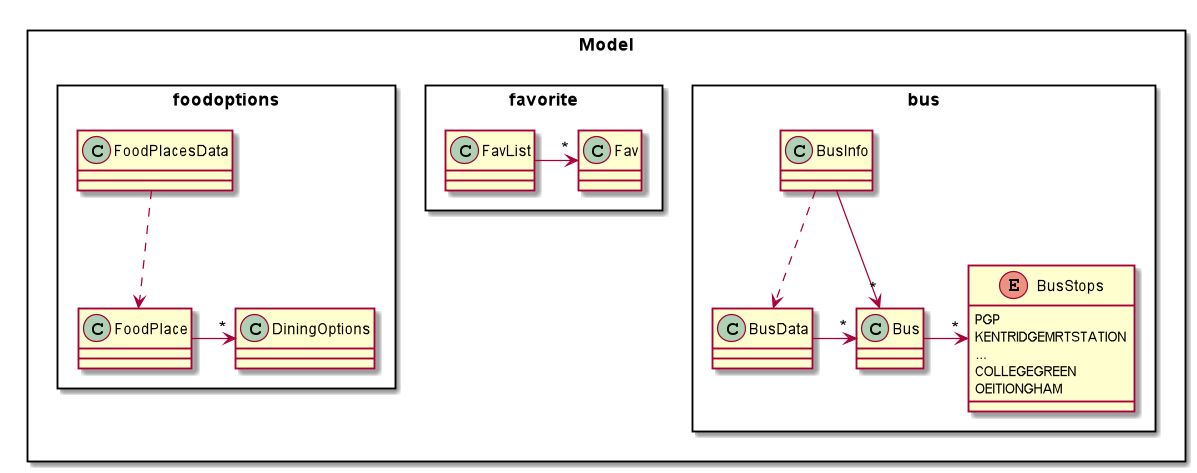
This is docs/DG_Diagrams/ModelComponent.png from nus-cs2113-AY2021S1/tp, a PlantUML export, as it was before one commit.
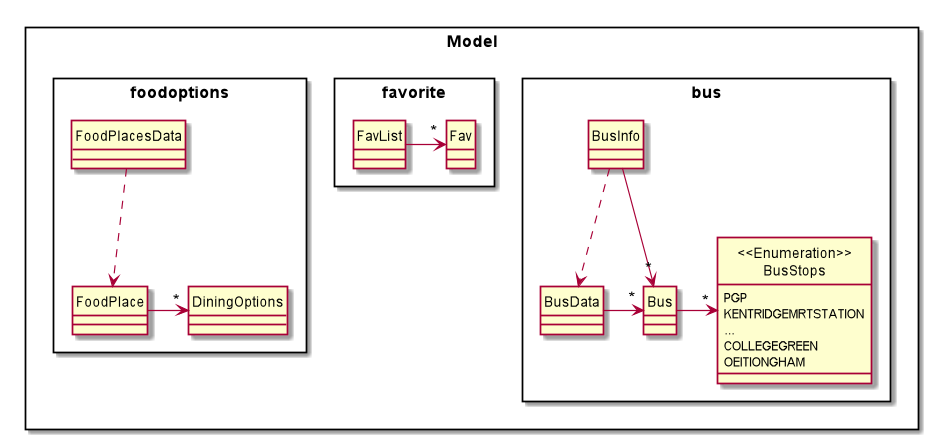
The same file after the commit.

Commit message:
Update model class diagram

(cherry picked from commit e3ff6781a896b1a0661f1e30486e966bdbb64f82)

Change to the diagram source:
```diff
@@ -1,15 +1,17 @@
 @startuml
+hide circle
+skinparam classAttributeIconSize 0
 
 Rectangle Model {
 Rectangle bus {
-enum BusStops {
+enum "<<Enumeration>>\nBusStops" {
 PGP
 KENTRIDGEMRTSTATION
 ...
 COLLEGEGREEN
 OEITIONGHAM
 }
-Bus ->"*" BusStops
+Bus ->"*" "<<Enumeration>>\nBusStops"
 BusData ->"*" Bus
 BusInfo ->"*" Bus
 BusInfo ..> BusData
```
